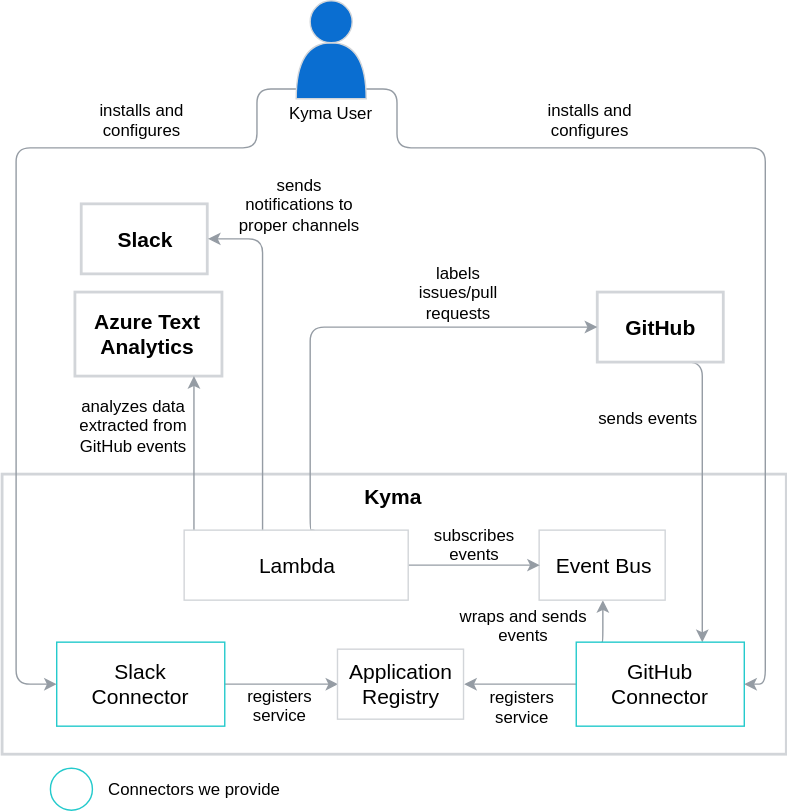
Earlier version of the draw.io export docs/flowdiagram.svg (kyma-incubator/hack-showcase). Source tidied: cells renumbered, new cells last; positions are measured from the earlier drawing's top-left corner, leaving out a move shared by most shapes.
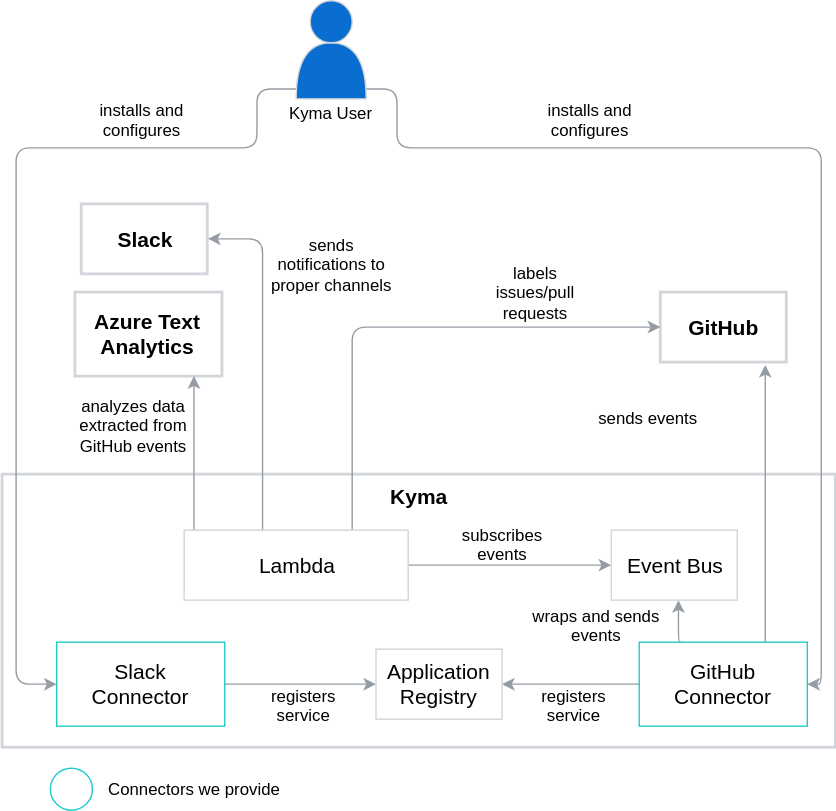
After the change.

Commit message:
Modify flow diagram

The edit, as a diff of the source:
```diff
@@ -3,29 +3,19 @@
     <mxCell id="0" />
     <mxCell id="1" parent="0" />
     <mxCell id="2" value="&lt;b&gt;&lt;font style=&quot;font-size: 15px&quot;&gt;Kyma&lt;br&gt;&lt;/font&gt;&lt;/b&gt;" style="rounded=0;whiteSpace=wrap;html=1;shadow=0;glass=0;comic=0;strokeColor=#D2D5D9;strokeWidth=2;fillColor=#FFFFFF;fontFamily=Helvetica;fontSize=12;verticalAlign=top;" parent="1" vertex="1">
-      <mxGeometry y="338" width="560" height="200" as="geometry" />
+      <mxGeometry y="338" width="595" height="195" as="geometry" />
     </mxCell>
-    <mxCell id="3" style="edgeStyle=orthogonalEdgeStyle;rounded=1;jettySize=auto;html=1;exitX=0.5;exitY=1;exitDx=0;exitDy=0;fontFamily=Helvetica;fontSize=15;jumpStyle=sharp;strokeColor=#959CA4;" parent="1" edge="1" source="17" target="6">
-      <mxGeometry relative="1" as="geometry">
-        <Array as="points">
-          <mxPoint x="500" y="293" />
-          <mxPoint x="500" y="293" />
-        </Array>
-      </mxGeometry>
-    </mxCell>
+    <mxCell id="5" style="edgeStyle=orthogonalEdgeStyle;rounded=1;jettySize=auto;html=1;exitX=0;exitY=0.5;exitDx=0;exitDy=0;entryX=1;entryY=0.5;entryDx=0;entryDy=0;strokeColor=#959CA4;" parent="1" edge="1" source="6" target="25">
+      <mxGeometry relative="1" as="geometry" />
+    </mxCell>
+    <mxCell id="36" style="edgeStyle=orthogonalEdgeStyle;rounded=1;jettySize=auto;html=1;exitX=0.75;exitY=0;exitDx=0;exitDy=0;entryX=0.833;entryY=1.04;entryDx=0;entryDy=0;entryPerimeter=0;strokeColor=#959CA4;" parent="1" edge="1" source="6" target="17">
+      <mxGeometry relative="1" as="geometry" />
+    </mxCell>
-    <mxCell id="4" style="edgeStyle=orthogonalEdgeStyle;rounded=1;jettySize=auto;html=1;exitX=0.15;exitY=0.017;exitDx=0;exitDy=0;strokeColor=#959CA4;exitPerimeter=0;" parent="1" edge="1" source="6" target="26">
-      <mxGeometry relative="1" as="geometry">
-        <Array as="points">
-          <mxPoint x="428" y="458" />
-          <mxPoint x="429" y="458" />
-        </Array>
-      </mxGeometry>
+    <mxCell id="4" style="edgeStyle=orthogonalEdgeStyle;rounded=1;jettySize=auto;html=1;exitX=0.25;exitY=0;exitDx=0;exitDy=0;entryX=0.533;entryY=1;entryDx=0;entryDy=0;entryPerimeter=0;strokeColor=#959CA4;" parent="1" edge="1" source="6" target="26">
+      <mxGeometry relative="1" as="geometry" />
     </mxCell>
-    <mxCell id="5" style="edgeStyle=orthogonalEdgeStyle;rounded=1;jettySize=auto;html=1;exitX=0;exitY=0.5;exitDx=0;exitDy=0;entryX=1;entryY=0.5;entryDx=0;entryDy=0;strokeColor=#959CA4;" parent="1" edge="1" source="6" target="25">
-      <mxGeometry relative="1" as="geometry" />
-    </mxCell>
     <mxCell id="6" value="&lt;span style=&quot;white-space: normal; font-size: 15px;&quot;&gt;GitHub&lt;/span&gt;&lt;br style=&quot;white-space: normal; font-size: 15px;&quot;&gt;&lt;span style=&quot;white-space: normal; font-size: 15px;&quot;&gt;Connector&lt;/span&gt;" style="rounded=0;whiteSpace=wrap;html=1;fontFamily=Helvetica;fillColor=#FFFFFF;strokeColor=#24CACC;fontColor=#000000;strokeWidth=1;fontSize=15;fontStyle=0;" parent="1" vertex="1">
-      <mxGeometry x="410" y="458" width="120" height="60" as="geometry" />
+      <mxGeometry x="455" y="458" width="120" height="60" as="geometry" />
     </mxCell>
     <mxCell id="7" style="edgeStyle=orthogonalEdgeStyle;rounded=1;jettySize=auto;html=1;exitX=1;exitY=0.5;exitDx=0;exitDy=0;entryX=0;entryY=0.5;entryDx=0;entryDy=0;strokeColor=#959CA4;" parent="1" edge="1" source="8" target="25">
       <mxGeometry relative="1" as="geometry" />
@@ -34,7 +24,7 @@
       <mxGeometry x="39" y="458" width="120" height="60" as="geometry" />
     </mxCell>
     <mxCell id="9" value="wraps and sends events" style="text;html=1;strokeColor=none;fillColor=none;align=center;verticalAlign=middle;whiteSpace=wrap;rounded=0;shadow=0;glass=0;comic=0;fontFamily=Helvetica;fontSize=12;" parent="1" vertex="1">
-      <mxGeometry x="320" y="436" width="105" height="19" as="geometry" />
+      <mxGeometry x="372" y="436" width="105" height="19" as="geometry" />
     </mxCell>
     <mxCell id="10" value="Kyma User" style="text;html=1;strokeColor=none;fillColor=none;align=center;verticalAlign=middle;whiteSpace=wrap;rounded=0;shadow=0;glass=0;comic=0;fontFamily=Helvetica;fontSize=12;" parent="1" vertex="1">
       <mxGeometry x="200" y="70" width="70" height="20" as="geometry" />
@@ -57,8 +47,8 @@
         <Array as="points">
           <mxPoint x="282" y="63" />
           <mxPoint x="282" y="105" />
-          <mxPoint x="545" y="105" />
-          <mxPoint x="545" y="488" />
+          <mxPoint x="585" y="105" />
+          <mxPoint x="585" y="488" />
         </Array>
       </mxGeometry>
     </mxCell>
@@ -72,13 +62,13 @@
       <mxGeometry x="52" y="208" width="105" height="60" as="geometry" />
     </mxCell>
     <mxCell id="17" value="&lt;b&gt;&lt;font style=&quot;font-size: 15px&quot;&gt;GitHub&lt;/font&gt;&lt;/b&gt;" style="rounded=0;whiteSpace=wrap;html=1;shadow=0;glass=0;comic=0;strokeColor=#D2D5D9;strokeWidth=2;fillColor=#FFFFFF;fontFamily=Helvetica;fontSize=12;" parent="1" vertex="1">
-      <mxGeometry x="425" y="208" width="90" height="50" as="geometry" />
+      <mxGeometry x="470" y="208" width="90" height="50" as="geometry" />
     </mxCell>
     <mxCell id="18" value="installs and configures" style="text;html=1;strokeColor=none;fillColor=none;align=center;verticalAlign=middle;whiteSpace=wrap;rounded=0;shadow=0;glass=0;comic=0;fontFamily=Helvetica;fontSize=12;fontColor=#000000;" parent="1" vertex="1">
       <mxGeometry x="49.5" y="75" width="100" height="20" as="geometry" />
     </mxCell>
     <mxCell id="19" value="registers service" style="text;html=1;strokeColor=none;fillColor=none;align=center;verticalAlign=middle;whiteSpace=wrap;rounded=0;shadow=0;glass=0;comic=0;fontFamily=Helvetica;fontSize=12;fontColor=#000000;" parent="1" vertex="1">
-      <mxGeometry x="334.5" y="494" width="73" height="20" as="geometry" />
+      <mxGeometry x="372" y="493" width="73" height="20" as="geometry" />
     </mxCell>
     <mxCell id="20" value="installs and configures" style="text;html=1;strokeColor=none;fillColor=none;align=center;verticalAlign=middle;whiteSpace=wrap;rounded=0;shadow=0;glass=0;comic=0;fontFamily=Helvetica;fontSize=12;fontColor=#000000;" parent="1" vertex="1">
       <mxGeometry x="370" y="75" width="100" height="20" as="geometry" />
@@ -90,16 +80,16 @@
       <mxGeometry x="52" y="293" width="84" height="20" as="geometry" />
     </mxCell>
     <mxCell id="23" value="sends notifications to proper channels" style="text;html=1;strokeColor=none;fillColor=none;align=center;verticalAlign=middle;whiteSpace=wrap;rounded=0;shadow=0;glass=0;comic=0;fontFamily=Helvetica;fontSize=12;fontColor=#000000;" parent="1" vertex="1">
-      <mxGeometry x="162.5" y="135" width="99" height="20" as="geometry" />
+      <mxGeometry x="186" y="178" width="99" height="20" as="geometry" />
     </mxCell>
     <mxCell id="24" value="labels issues/pull requests" style="text;html=1;strokeColor=none;fillColor=none;align=center;verticalAlign=middle;whiteSpace=wrap;rounded=0;shadow=0;glass=0;comic=0;fontFamily=Helvetica;fontSize=12;fontColor=#000000;" parent="1" vertex="1">
-      <mxGeometry x="290" y="198" width="72" height="20" as="geometry" />
+      <mxGeometry x="345" y="198" width="72" height="20" as="geometry" />
     </mxCell>
     <mxCell id="25" value="&lt;span&gt;&lt;font style=&quot;font-size: 15px&quot;&gt;Application Registry&lt;br&gt;&lt;/font&gt;&lt;/span&gt;" style="rounded=0;whiteSpace=wrap;html=1;shadow=0;glass=0;comic=0;strokeColor=#D2D5D9;strokeWidth=1;fillColor=#FFFFFF;fontFamily=Helvetica;fontSize=12;fontStyle=0;" parent="1" vertex="1">
-      <mxGeometry x="239.5" y="463" width="90" height="50" as="geometry" />
+      <mxGeometry x="267" y="463" width="90" height="50" as="geometry" />
     </mxCell>
     <mxCell id="26" value="&lt;span&gt;&lt;font style=&quot;font-size: 15px&quot;&gt;Event Bus&lt;br&gt;&lt;/font&gt;&lt;/span&gt;" style="rounded=0;whiteSpace=wrap;html=1;shadow=0;glass=0;comic=0;strokeColor=#D2D5D9;strokeWidth=1;fillColor=#FFFFFF;fontFamily=Helvetica;fontSize=12;fontStyle=0;" parent="1" vertex="1">
-      <mxGeometry x="383.5" y="378" width="90" height="50" as="geometry" />
+      <mxGeometry x="435" y="378" width="90" height="50" as="geometry" />
     </mxCell>
     <mxCell id="27" style="edgeStyle=orthogonalEdgeStyle;rounded=1;orthogonalLoop=1;jettySize=auto;html=1;strokeColor=#959CA4;" parent="1" edge="1">
       <mxGeometry relative="1" as="geometry">
@@ -111,29 +101,23 @@
         </Array>
       </mxGeometry>
     </mxCell>
-    <mxCell id="28" style="edgeStyle=orthogonalEdgeStyle;rounded=1;jettySize=auto;html=1;exitX=0.581;exitY=0.02;exitDx=0;exitDy=0;entryX=0;entryY=0.5;entryDx=0;entryDy=0;strokeColor=#959CA4;exitPerimeter=0;" parent="1" edge="1" source="31" target="17">
-      <mxGeometry relative="1" as="geometry">
-        <Array as="points">
-          <mxPoint x="223" y="378" />
-          <mxPoint x="220" y="378" />
-          <mxPoint x="220" y="233" />
-        </Array>
-      </mxGeometry>
-    </mxCell>
     <mxCell id="29" style="edgeStyle=orthogonalEdgeStyle;rounded=1;jettySize=auto;html=1;exitX=0.35;exitY=0.02;exitDx=0;exitDy=0;entryX=1;entryY=0.5;entryDx=0;entryDy=0;strokeColor=#959CA4;exitPerimeter=0;" parent="1" edge="1" source="31" target="11">
       <mxGeometry relative="1" as="geometry" />
     </mxCell>
     <mxCell id="30" style="edgeStyle=orthogonalEdgeStyle;rounded=1;jettySize=auto;html=1;exitX=1;exitY=0.5;exitDx=0;exitDy=0;entryX=0;entryY=0.5;entryDx=0;entryDy=0;strokeColor=#959CA4;" parent="1" edge="1" source="31" target="26">
       <mxGeometry relative="1" as="geometry" />
     </mxCell>
+    <mxCell id="28" style="edgeStyle=orthogonalEdgeStyle;rounded=1;jettySize=auto;html=1;exitX=0.75;exitY=0;exitDx=0;exitDy=0;entryX=0;entryY=0.5;entryDx=0;entryDy=0;strokeColor=#959CA4;" parent="1" edge="1" source="31" target="17">
+      <mxGeometry relative="1" as="geometry" />
+    </mxCell>
     <mxCell id="31" value="&lt;span&gt;&lt;font style=&quot;font-size: 15px&quot;&gt;Lambda&lt;br&gt;&lt;/font&gt;&lt;/span&gt;" style="rounded=0;whiteSpace=wrap;html=1;shadow=0;glass=0;comic=0;strokeColor=#D2D5D9;strokeWidth=1;fillColor=#FFFFFF;fontFamily=Helvetica;fontSize=12;fontStyle=0;" parent="1" vertex="1">
       <mxGeometry x="130" y="378" width="160" height="50" as="geometry" />
     </mxCell>
     <mxCell id="32" value="registers service" style="text;html=1;strokeColor=none;fillColor=none;align=center;verticalAlign=middle;whiteSpace=wrap;rounded=0;shadow=0;glass=0;comic=0;fontFamily=Helvetica;fontSize=12;fontColor=#000000;" parent="1" vertex="1">
-      <mxGeometry x="162" y="493" width="73" height="20" as="geometry" />
+      <mxGeometry x="179" y="493" width="73" height="20" as="geometry" />
     </mxCell>
     <mxCell id="33" value="subscribes events" style="text;html=1;strokeColor=none;fillColor=none;align=center;verticalAlign=middle;whiteSpace=wrap;rounded=0;shadow=0;glass=0;comic=0;fontFamily=Helvetica;fontSize=12;fontColor=#000000;" parent="1" vertex="1">
-      <mxGeometry x="300.5" y="378" width="73" height="20" as="geometry" />
+      <mxGeometry x="320.5" y="378" width="73" height="20" as="geometry" />
     </mxCell>
     <mxCell id="34" style="ellipse;whiteSpace=wrap;html=1;strokeColor=#24CACC;strokeWidth=1;" parent="1" vertex="1">
       <mxGeometry x="34.5" y="548" width="30" height="30" as="geometry" />
```
